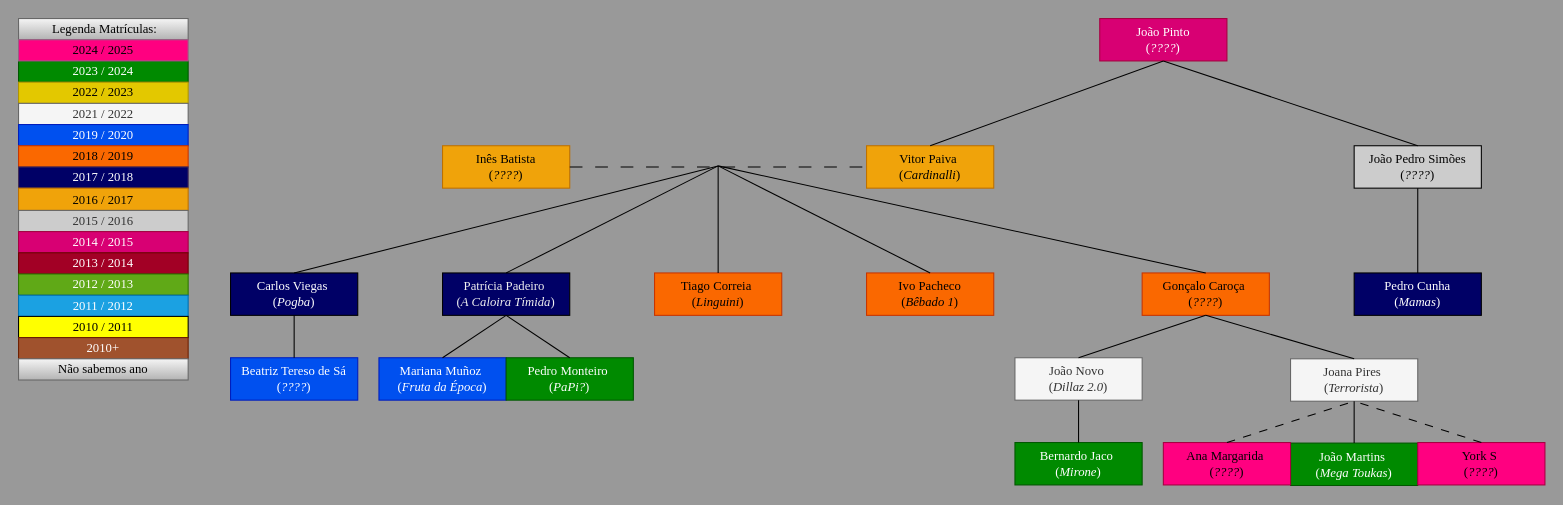
Before: Draw.io/Familia_do_João_Pinto.drawio in pdmtmr/PDMTMRTESTLOCATION-AKA-ARBUSTO, a draw.io diagram. Source tidied: cells renumbered, new cells numbered last; positions are measured from the earlier drawing's top-left corner, leaving out a move shared by most shapes. Both pictures are drawn from the tidied source at 106%, with x=0, y=0 at pixel (18, 18).
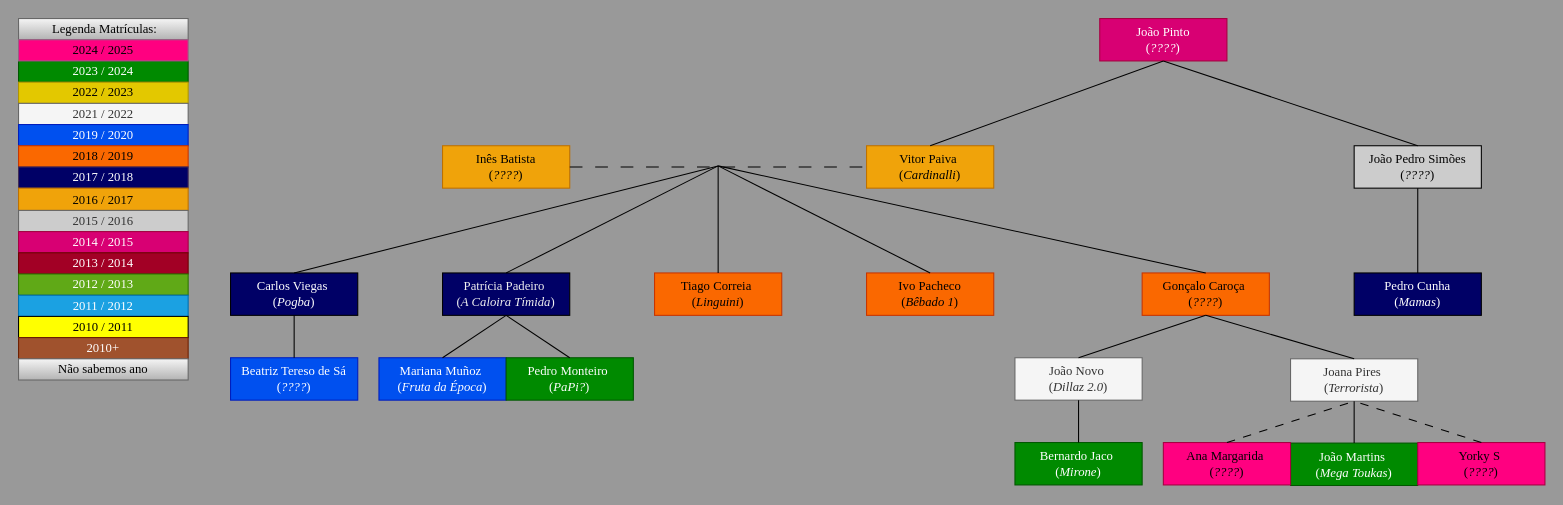
The same diagram, later.

What changed in the source:
```diff
@@
-    <mxCell id="52" value="&lt;div&gt;&lt;/div&gt;&lt;div&gt;York S&amp;nbsp;&lt;br&gt;(&lt;i&gt;&lt;font&gt;????&lt;/font&gt;&lt;/i&gt;)&lt;/div&gt;" style="rounded=0;whiteSpace=wrap;html=1;fillColor=#FF0080;fontColor=#000000;strokeColor=#A50040;fontFamily=Times New Roman;" parent="1" vertex="1">
+    <mxCell id="52" value="&lt;div&gt;&lt;/div&gt;&lt;div&gt;Yorky S&amp;nbsp;&lt;br&gt;(&lt;i&gt;&lt;font&gt;????&lt;/font&gt;&lt;/i&gt;)&lt;/div&gt;" style="rounded=0;whiteSpace=wrap;html=1;fillColor=#FF0080;fontColor=#000000;strokeColor=#A50040;fontFamily=Times New Roman;" parent="1" vertex="1">
       <mxGeometry x="1320" y="400" width="120" height="40" as="geometry" />
     </mxCell>
```
